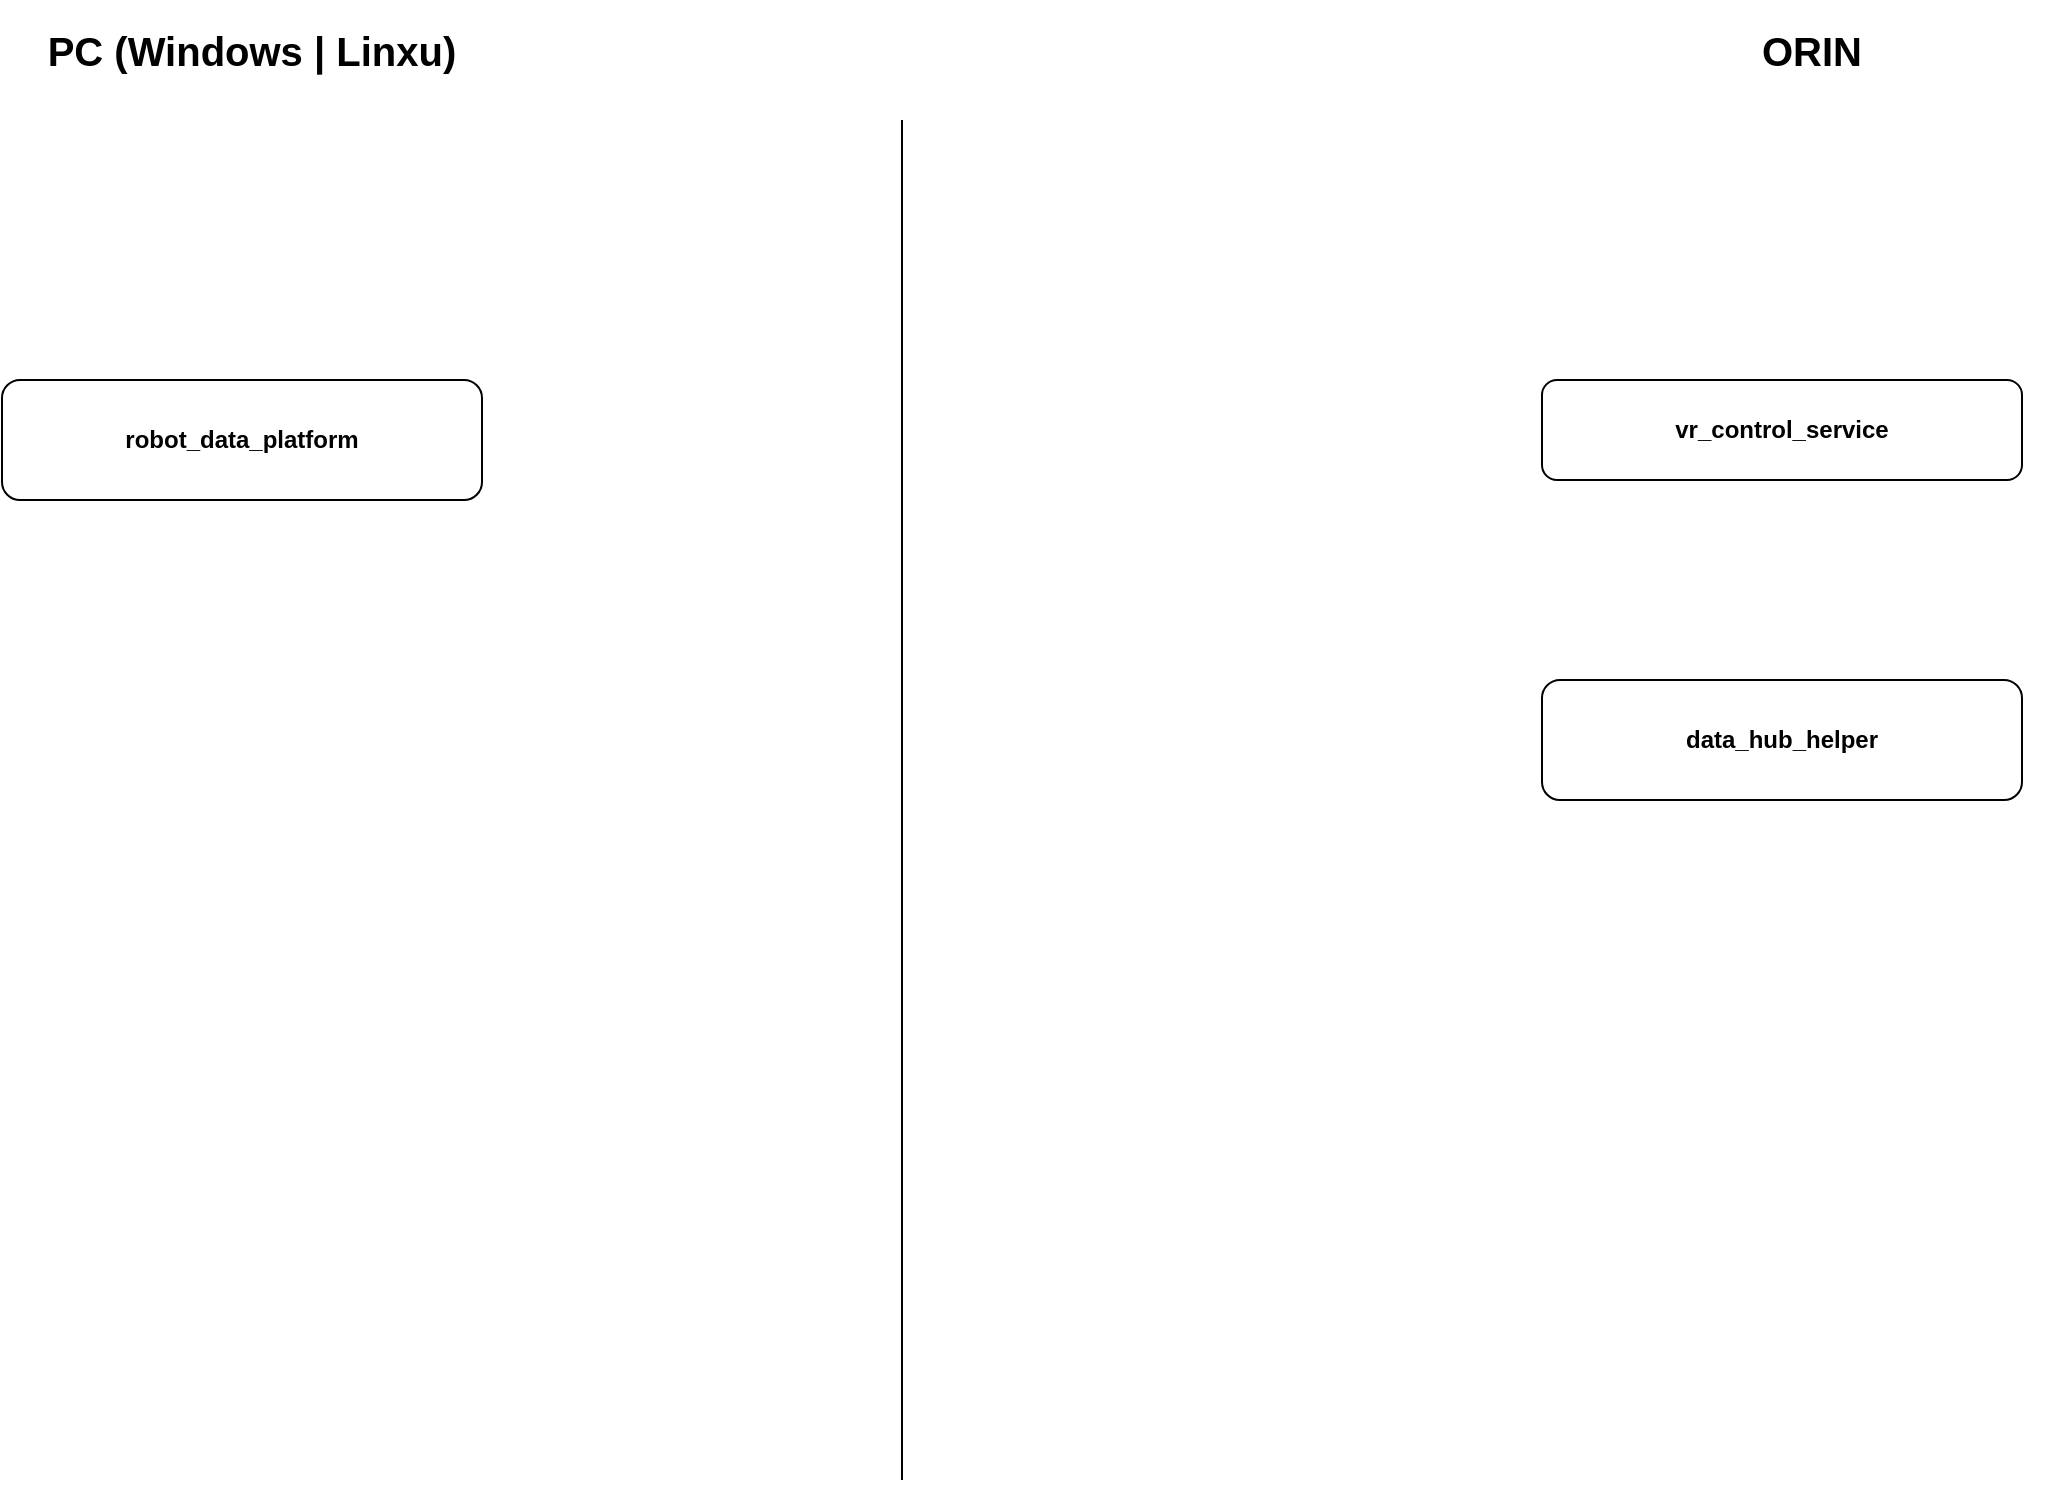
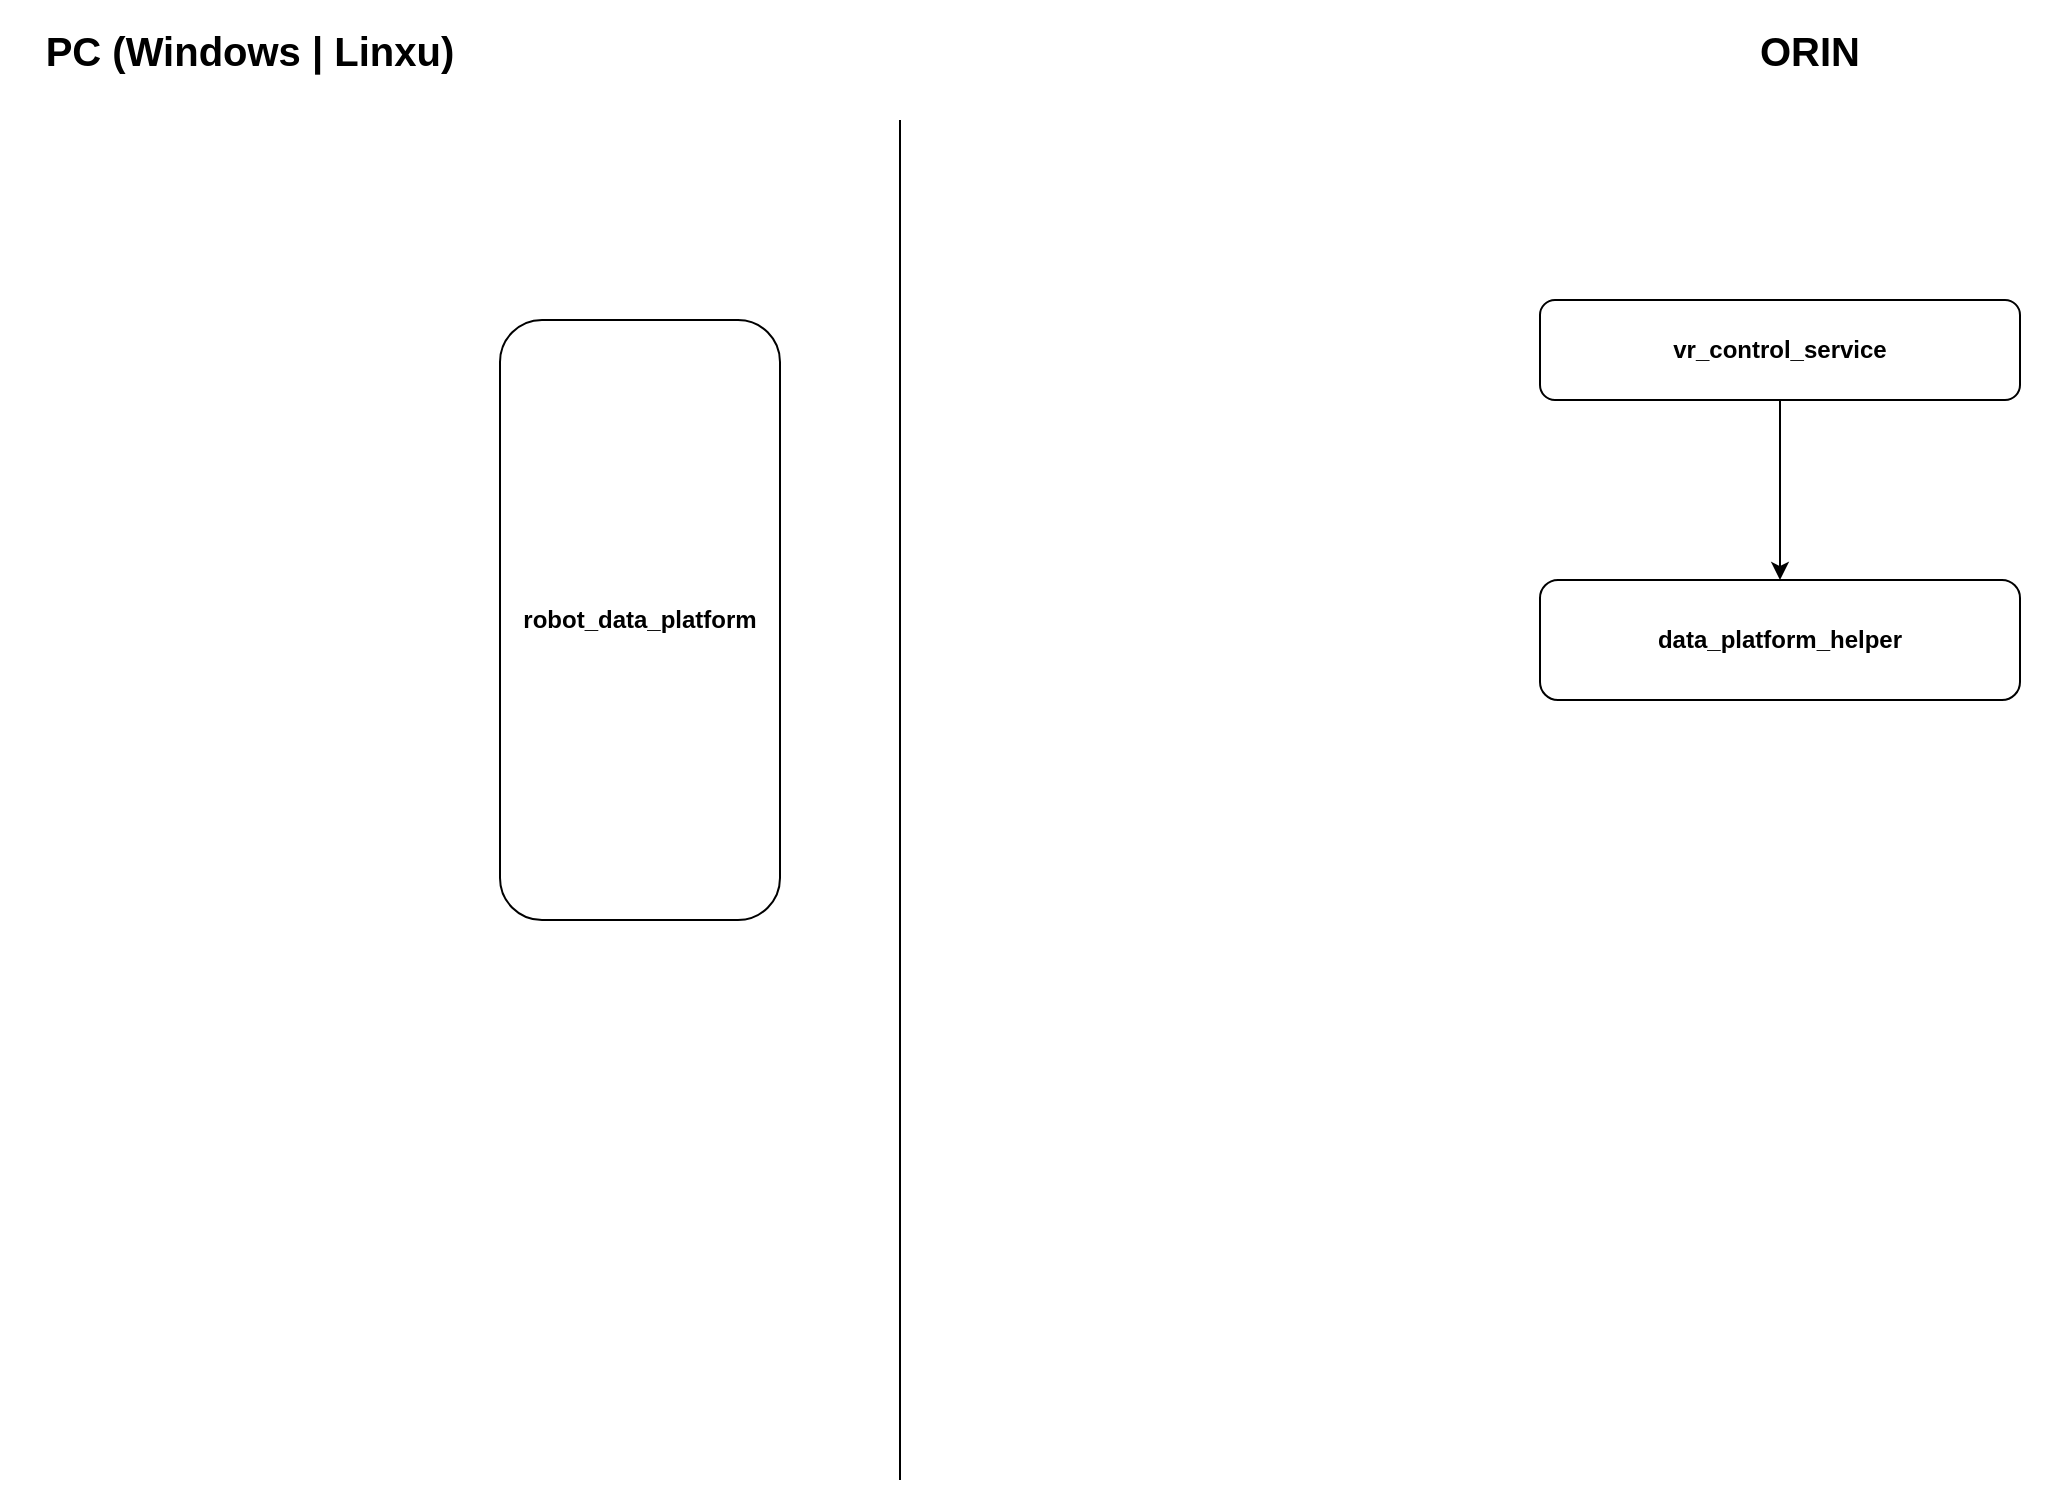
<mxfile host="app.diagrams.net" pages="2">
  <diagram name="第 1 页" id="ybuJFLsuspTRZjUBc2Sj">
    <mxGraphModel dx="1949" dy="596" grid="1" gridSize="10" guides="1" tooltips="1" connect="1" arrows="1" fold="1" page="1" pageScale="1" pageWidth="827" pageHeight="1169" math="0" shadow="0">
      <root>
        <mxCell id="0" />
        <mxCell id="1" parent="0" />
        <mxCell id="PG_7JgB4xY41xIrBQNpI-2" parent="1" style="text;html=1;whiteSpace=wrap;strokeColor=none;fillColor=none;align=center;verticalAlign=middle;rounded=0;fontStyle=1;fontSize=20;" value="ORIN" vertex="1">
          <mxGeometry height="50" width="250" x="500" y="170" as="geometry" />
        </mxCell>
        <mxCell id="PG_7JgB4xY41xIrBQNpI-3" edge="1" parent="1" style="endArrow=none;html=1;rounded=0;" value="">
          <mxGeometry height="50" relative="1" width="50" as="geometry">
            <mxPoint x="170" y="910" as="sourcePoint" />
            <mxPoint x="170" y="230" as="targetPoint" />
          </mxGeometry>
        </mxCell>
-         <mxCell id="PG_7JgB4xY41xIrBQNpI-4" parent="1" style="rounded=1;whiteSpace=wrap;html=1;fontStyle=1" value="data_hub_helper" vertex="1">
-           <mxGeometry height="60" width="240" x="490" y="510" as="geometry" />
+         <mxCell id="PG_7JgB4xY41xIrBQNpI-4" parent="1" style="rounded=1;whiteSpace=wrap;html=1;fontStyle=1" value="data_platform_helper" vertex="1">
+           <mxGeometry height="60" width="240" x="490" y="460" as="geometry" />
+         </mxCell>
+         <mxCell id="PG_7JgB4xY41xIrBQNpI-9" edge="1" parent="1" source="PG_7JgB4xY41xIrBQNpI-6" style="edgeStyle=orthogonalEdgeStyle;rounded=0;orthogonalLoop=1;jettySize=auto;html=1;" target="PG_7JgB4xY41xIrBQNpI-4" value="">
+           <mxGeometry relative="1" as="geometry" />
        </mxCell>
        <mxCell id="PG_7JgB4xY41xIrBQNpI-6" parent="1" style="rounded=1;whiteSpace=wrap;html=1;fontStyle=1" value="vr_control_service" vertex="1">
-           <mxGeometry height="50" width="240" x="490" y="360" as="geometry" />
+           <mxGeometry height="50" width="240" x="490" y="320" as="geometry" />
        </mxCell>
        <mxCell id="PG_7JgB4xY41xIrBQNpI-7" parent="1" style="rounded=1;whiteSpace=wrap;html=1;fontStyle=1" value="robot_data_platform" vertex="1">
-           <mxGeometry height="60" width="240" x="-280" y="360" as="geometry" />
+           <mxGeometry height="300" width="140" x="-30" y="330" as="geometry" />
        </mxCell>
        <mxCell id="PG_7JgB4xY41xIrBQNpI-8" parent="1" style="text;html=1;whiteSpace=wrap;strokeColor=none;fillColor=none;align=center;verticalAlign=middle;rounded=0;fontStyle=1;fontSize=20;" value="PC (Windows | Linxu)" vertex="1">
          <mxGeometry height="50" width="250" x="-280" y="170" as="geometry" />
        </mxCell>
      </root>
    </mxGraphModel>
  </diagram>
  <diagram id="ERyvKfnW-TPwMhuBreaX" name="第 2 页">
    <mxGraphModel dx="1122" dy="596" grid="1" gridSize="10" guides="1" tooltips="1" connect="1" arrows="1" fold="1" page="1" pageScale="1" pageWidth="827" pageHeight="1169" math="0" shadow="0">
      <root>
        <mxCell id="0" />
        <mxCell id="1" parent="0" />
        <mxCell id="Lt_kapkQ0GCsb_hZqIK--1" parent="1" style="rounded=1;whiteSpace=wrap;html=1;" value="" vertex="1">
          <mxGeometry height="60" width="120" x="40" y="280" as="geometry" />
        </mxCell>
      </root>
    </mxGraphModel>
  </diagram>
</mxfile>
